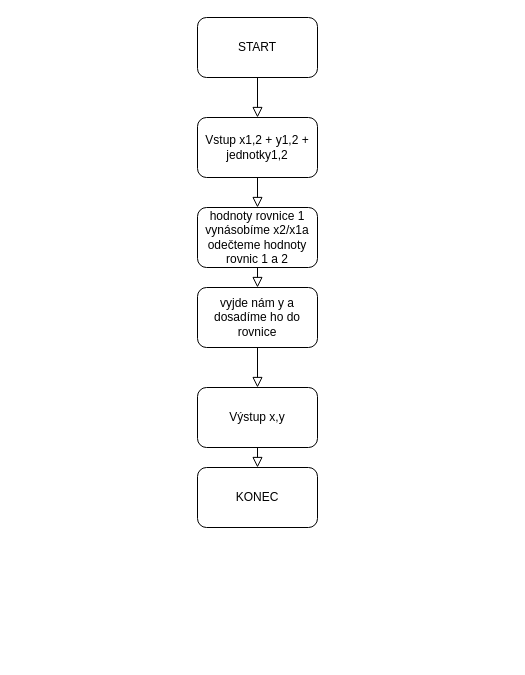
jirihalbych/ahoj keeps this draw.io diagram as Untitled Diagram.drawio. Above is the earlier version. Source tidied: cells renumbered, new cells numbered last; positions are measured from the earlier drawing's top-left corner, leaving out a move shared by most shapes. Both pictures are drawn from the tidied source at 100%, with x=0, y=0 at pixel (197, 17).
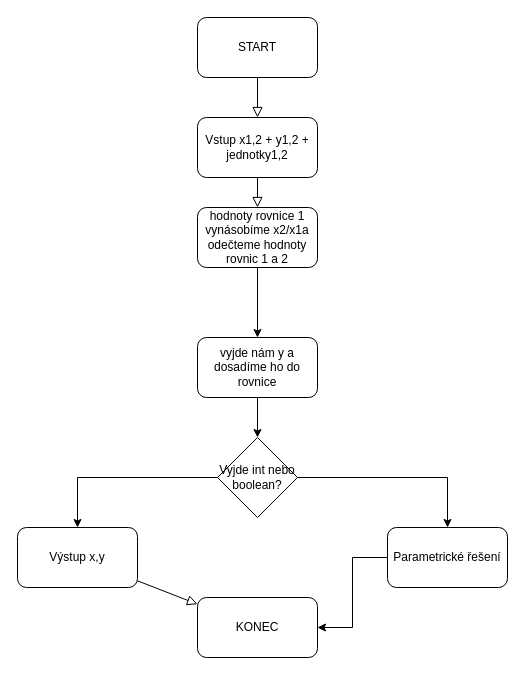
After the change.

What changed in the source:
```diff
@@
 <mxGraphModel>
   <root>
     <mxCell id="0" />
     <mxCell id="1" parent="0" />
     <mxCell id="2" style="edgeStyle=none;rounded=0;jettySize=auto;html=1;shadow=0;labelBackgroundColor=none;endArrow=block;endFill=0;endSize=8;strokeWidth=1;" parent="1" edge="1" source="3">
       <mxGeometry relative="1" as="geometry">
         <mxPoint x="60" y="100" as="targetPoint" />
       </mxGeometry>
     </mxCell>
     <mxCell id="3" value="START" style="rounded=1;whiteSpace=wrap;html=1;" parent="1" vertex="1">
       <mxGeometry width="120" height="60" as="geometry" />
     </mxCell>
     <mxCell id="4" style="edgeStyle=none;rounded=0;jettySize=auto;html=1;shadow=0;labelBackgroundColor=none;endArrow=block;endFill=0;endSize=8;strokeWidth=1;" parent="1" edge="1" source="5" target="7">
       <mxGeometry relative="1" as="geometry" />
     </mxCell>
     <mxCell id="5" value="Vstup x1,2 + y1,2 + jednotky1,2 " style="rounded=1;whiteSpace=wrap;html=1;" parent="1" vertex="1">
       <mxGeometry y="100" width="120" height="60" as="geometry" />
     </mxCell>
-    <mxCell id="6" style="edgeStyle=none;rounded=0;jettySize=auto;html=1;shadow=0;labelBackgroundColor=none;endArrow=block;endFill=0;endSize=8;strokeWidth=1;" parent="1" edge="1" source="7" target="9">
+    <mxCell id="6" style="edgeStyle=orthogonalEdgeStyle;rounded=0;jettySize=auto;html=1;entryX=0.5;entryY=0;entryDx=0;entryDy=0;" parent="1" edge="1" source="7" target="9">
       <mxGeometry relative="1" as="geometry" />
     </mxCell>
     <mxCell id="7" value="hodnoty rovnice 1 vynásobíme x2/x1a odečteme hodnoty rovnic 1 a 2" style="rounded=1;whiteSpace=wrap;html=1;" parent="1" vertex="1">
       <mxGeometry y="190" width="120" height="60" as="geometry" />
     </mxCell>
-    <mxCell id="8" style="edgeStyle=none;rounded=0;jettySize=auto;html=1;exitX=0.5;exitY=1;exitDx=0;exitDy=0;shadow=0;labelBackgroundColor=none;endArrow=block;endFill=0;endSize=8;strokeWidth=1;" parent="1" edge="1" source="9" target="11">
-      <mxGeometry relative="1" as="geometry" />
-    </mxCell>
+    <mxCell id="13" style="edgeStyle=orthogonalEdgeStyle;rounded=0;jettySize=auto;html=1;entryX=0.5;entryY=0;entryDx=0;entryDy=0;" parent="1" edge="1" source="9" target="16">
+      <mxGeometry relative="1" as="geometry" />
+    </mxCell>
     <mxCell id="9" value="vyjde nám y a dosadíme ho do rovnice" style="rounded=1;whiteSpace=wrap;html=1;" parent="1" vertex="1">
-      <mxGeometry y="270" width="120" height="60" as="geometry" />
+      <mxGeometry y="320" width="120" height="60" as="geometry" />
     </mxCell>
     <mxCell id="10" style="edgeStyle=none;rounded=0;jettySize=auto;html=1;shadow=0;labelBackgroundColor=none;endArrow=block;endFill=0;endSize=8;strokeWidth=1;" parent="1" edge="1" source="11" target="12">
       <mxGeometry relative="1" as="geometry" />
     </mxCell>
     <mxCell id="11" value="Výstup x,y" style="rounded=1;whiteSpace=wrap;html=1;" parent="1" vertex="1">
-      <mxGeometry y="370" width="120" height="60" as="geometry" />
+      <mxGeometry x="-180" y="510" width="120" height="60" as="geometry" />
     </mxCell>
     <mxCell id="12" value="KONEC" style="rounded=1;whiteSpace=wrap;html=1;" parent="1" vertex="1">
-      <mxGeometry y="450" width="120" height="60" as="geometry" />
+      <mxGeometry y="580" width="120" height="60" as="geometry" />
     </mxCell>
+    <mxCell id="14" style="edgeStyle=orthogonalEdgeStyle;rounded=0;jettySize=auto;html=1;" parent="1" edge="1" source="16" target="11">
+      <mxGeometry relative="1" as="geometry" />
+    </mxCell>
+    <mxCell id="15" style="edgeStyle=orthogonalEdgeStyle;rounded=0;jettySize=auto;html=1;" parent="1" edge="1" source="16" target="18">
+      <mxGeometry relative="1" as="geometry" />
+    </mxCell>
+    <mxCell id="16" value="Vyjde int nebo boolean?" style="rhombus;whiteSpace=wrap;html=1;" parent="1" vertex="1">
+      <mxGeometry x="20" y="420" width="80" height="80" as="geometry" />
+    </mxCell>
+    <mxCell id="17" style="edgeStyle=orthogonalEdgeStyle;rounded=0;jettySize=auto;html=1;entryX=1;entryY=0.5;entryDx=0;entryDy=0;" parent="1" edge="1" source="18" target="12">
+      <mxGeometry relative="1" as="geometry" />
+    </mxCell>
+    <mxCell id="18" value="Parametrické řešení" style="rounded=1;whiteSpace=wrap;html=1;" parent="1" vertex="1">
+      <mxGeometry x="190" y="510" width="120" height="60" as="geometry" />
+    </mxCell>
   </root>
 </mxGraphModel>
```
